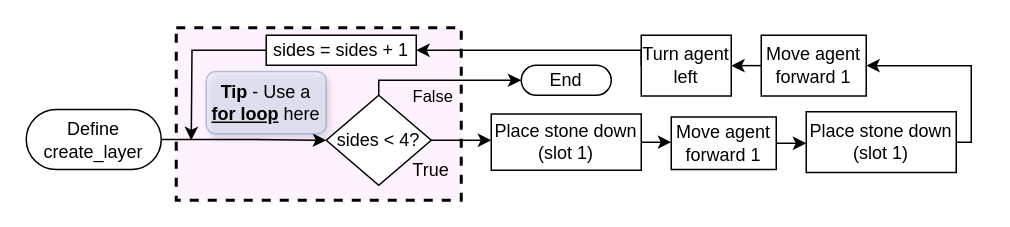
Before: tutorials/python-islands/island-7/tower_builder/flowchart-landscape-function.drawio in CausewayDigital/Minecraft-EE-MakeCode, a draw.io diagram. Source tidied: cells renumbered, new cells numbered last; positions are measured from the earlier drawing's top-left corner, leaving out a move shared by most shapes. Both pictures are drawn from the tidied source at 150%, with x=0, y=0 at pixel (26, 27).
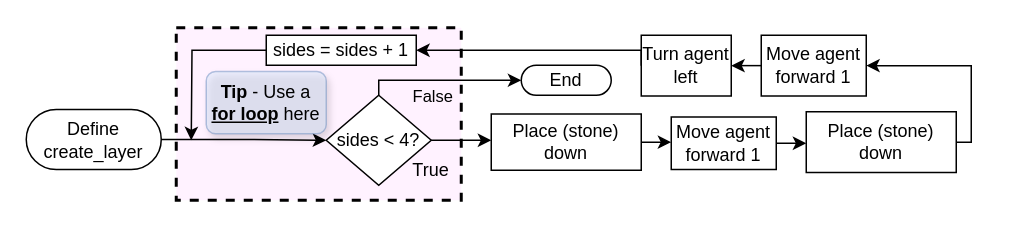
After the change.

Commit message (it also covers changes not shown here):
Add further tower builder flowchart adjustments

Change to the diagram source:
```diff
@@
-    <mxCell id="6" value="&lt;div&gt;Place stone down&lt;/div&gt;&lt;div&gt;(slot 1)&lt;/div&gt;" style="rounded=0;whiteSpace=wrap;html=1;strokeColor=light-dark(#000000, #ededed);" parent="1" vertex="1">
+    <mxCell id="6" value="&lt;div&gt;Place (stone) down&lt;/div&gt;" style="rounded=0;whiteSpace=wrap;html=1;strokeColor=light-dark(#000000, #ededed);" parent="1" vertex="1">
       <mxGeometry x="310" y="57.5" width="100" height="37.5" as="geometry" />
     </mxCell>
@@
-    <mxCell id="10" value="&lt;div&gt;Place stone down&lt;/div&gt;(slot 1)" style="rounded=0;whiteSpace=wrap;html=1;strokeColor=light-dark(#000000, #ededed);" parent="1" vertex="1">
+    <mxCell id="10" value="&lt;div&gt;Place (stone) down&lt;/div&gt;" style="rounded=0;whiteSpace=wrap;html=1;strokeColor=light-dark(#000000, #ededed);" parent="1" vertex="1">
       <mxGeometry x="520" y="56" width="100" height="40.5" as="geometry" />
     </mxCell>
```
